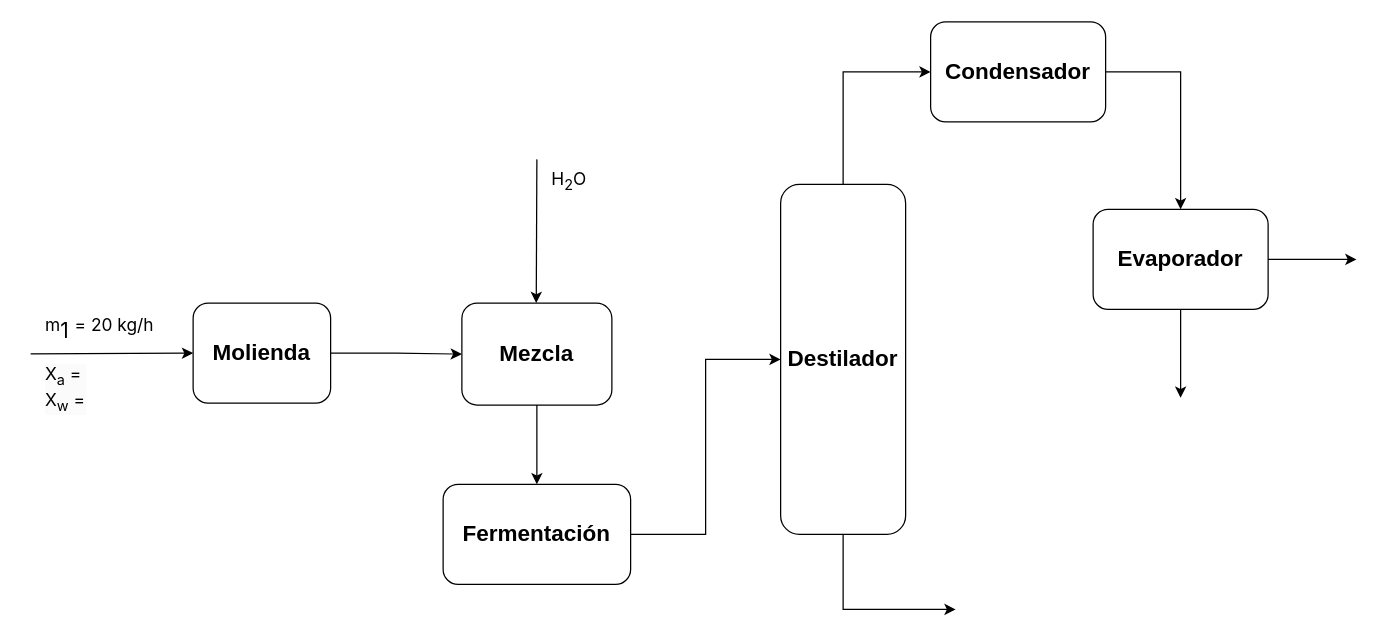
Earlier version of the draw.io diagram Bio-Etanol.drawio (EDUJOS/bio-etanol). Source tidied: cells renumbered, new cells numbered last; positions are measured from the earlier drawing's top-left corner, leaving out a move shared by most shapes. Both pictures are drawn from the tidied source at 125%, with x=0, y=0 at pixel (30, 21).
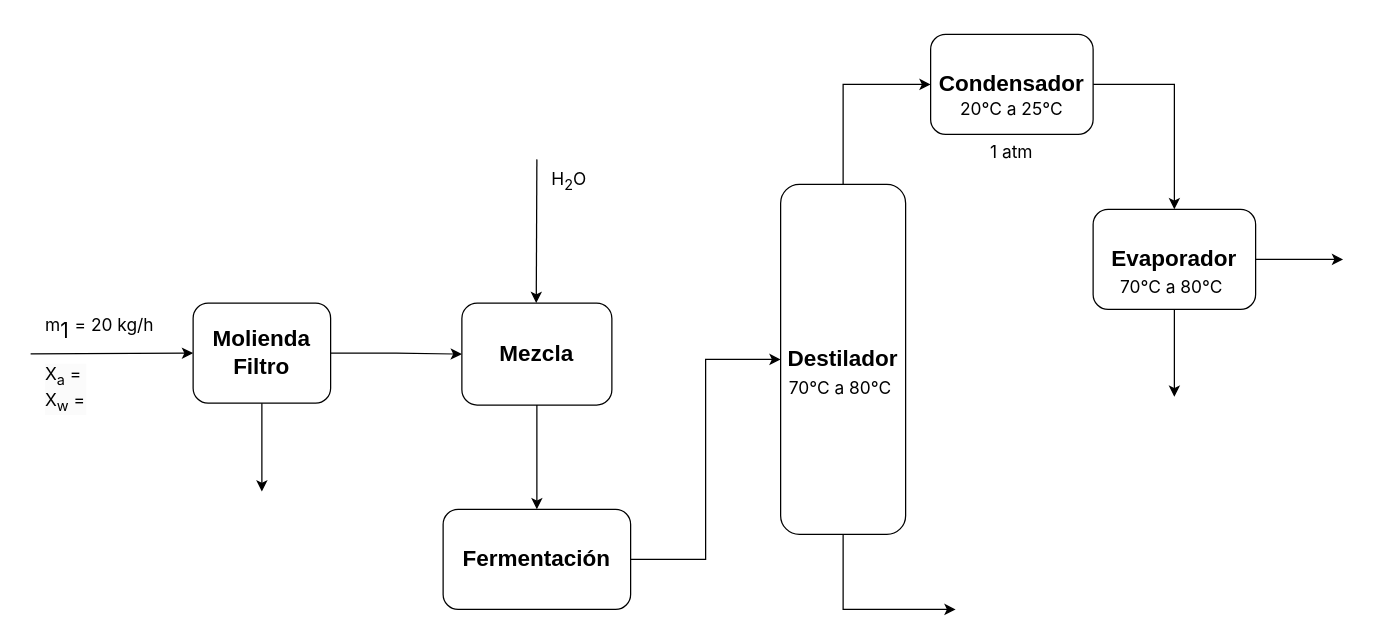
The same diagram, later.

The edit, as a diff of the source:
```diff
@@
-    <mxCell id="3" value="&lt;h2&gt;Molienda&lt;/h2&gt;" style="rounded=1;whiteSpace=wrap;html=1;" parent="1" vertex="1">
+    <mxCell id="3" value="&lt;h2&gt;Molienda Filtro&lt;/h2&gt;" style="rounded=1;whiteSpace=wrap;html=1;" parent="1" vertex="1">
       <mxGeometry x="130" y="225" width="110" height="80" as="geometry" />
     </mxCell>
@@
     <mxCell id="8" value="&lt;h2&gt;Fermentación&lt;/h2&gt;" style="whiteSpace=wrap;html=1;rounded=1;" parent="1" vertex="1">
-      <mxGeometry x="330" y="370" width="150" height="80" as="geometry" />
+      <mxGeometry x="330" y="390" width="150" height="80" as="geometry" />
     </mxCell>
@@
     <mxCell id="16" value="&lt;h2&gt;Condensador&lt;/h2&gt;" style="whiteSpace=wrap;html=1;rounded=1;" parent="1" vertex="1">
-      <mxGeometry x="720" width="140" height="80" as="geometry" />
+      <mxGeometry x="720" y="10" width="130" height="80" as="geometry" />
     </mxCell>
@@
     <mxCell id="18" value="&lt;h2&gt;Evaporador&lt;/h2&gt;" style="whiteSpace=wrap;html=1;rounded=1;" parent="1" vertex="1">
-      <mxGeometry x="850" y="150" width="140" height="80" as="geometry" />
+      <mxGeometry x="850" y="150" width="130" height="80" as="geometry" />
     </mxCell>
     <mxCell id="19" style="endArrow=classic;html=1;rounded=0;" parent="1" edge="1" source="18">
       <mxGeometry relative="1" as="geometry">
-        <mxPoint x="1060.7" y="190" as="targetPoint" />
+        <mxPoint x="1050" y="190" as="targetPoint" />
       </mxGeometry>
     </mxCell>
     <mxCell id="20" style="endArrow=classic;html=1;rounded=0;" parent="1" edge="1" source="18">
       <mxGeometry relative="1" as="geometry">
-        <mxPoint x="920" y="300.7" as="targetPoint" />
+        <mxPoint x="915" y="300" as="targetPoint" />
       </mxGeometry>
     </mxCell>
+    <mxCell id="21" style="endArrow=classic;html=1;rounded=0;" parent="1" edge="1" source="3">
+      <mxGeometry relative="1" as="geometry">
+        <mxPoint x="185" y="375.7" as="targetPoint" />
+      </mxGeometry>
+    </mxCell>
+    <mxCell id="22" value="&lt;div style=&quot;&quot;&gt;&lt;span style=&quot;font-size: 13.8889px; font-family: Inter; background-color: initial;&quot;&gt;70°C a 80°C&lt;/span&gt;&lt;br&gt;&lt;/div&gt;" style="text;html=1;strokeColor=none;fillColor=none;align=left;verticalAlign=middle;whiteSpace=wrap;rounded=1;fontSize=20;fontFamily=Architects Daughter;" parent="1" vertex="1">
+      <mxGeometry x="605" y="276.2" width="90" height="28.8" as="geometry" />
+    </mxCell>
+    <mxCell id="23" value="&lt;div style=&quot;&quot;&gt;&lt;font face=&quot;Inter&quot;&gt;&lt;span style=&quot;font-size: 13.8889px;&quot;&gt;20°C a 25°C&lt;/span&gt;&lt;/font&gt;&lt;/div&gt;" style="text;html=1;strokeColor=none;fillColor=none;align=center;verticalAlign=middle;whiteSpace=wrap;rounded=1;fontSize=20;fontFamily=Architects Daughter;" parent="1" vertex="1">
+      <mxGeometry x="740" y="46.5" width="90" height="43.5" as="geometry" />
+    </mxCell>
+    <mxCell id="24" value="&lt;div style=&quot;&quot;&gt;&lt;font face=&quot;Inter&quot;&gt;&lt;span style=&quot;font-size: 13.8889px;&quot;&gt;70°C a 80°C&lt;/span&gt;&lt;/font&gt;&lt;/div&gt;" style="text;html=1;strokeColor=none;fillColor=none;align=left;verticalAlign=middle;whiteSpace=wrap;rounded=1;fontSize=20;fontFamily=Architects Daughter;" parent="1" vertex="1">
+      <mxGeometry x="870" y="195" width="90" height="30" as="geometry" />
+    </mxCell>
+    <mxCell id="25" value="&lt;div style=&quot;&quot;&gt;&lt;font face=&quot;Inter&quot;&gt;&lt;span style=&quot;font-size: 13.8889px;&quot;&gt;1 atm&lt;/span&gt;&lt;/font&gt;&lt;/div&gt;" style="text;html=1;strokeColor=none;fillColor=none;align=center;verticalAlign=middle;whiteSpace=wrap;rounded=1;fontSize=20;fontFamily=Architects Daughter;" parent="1" vertex="1">
+      <mxGeometry x="740" y="90" width="90" height="23.5" as="geometry" />
+    </mxCell>
```
